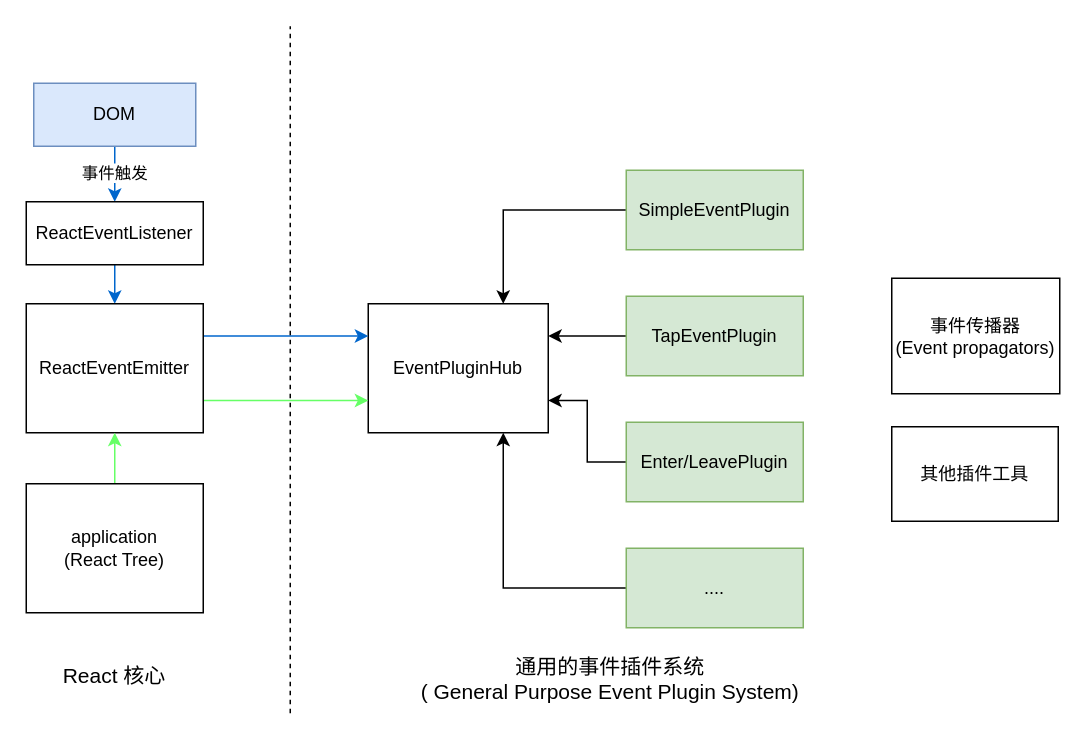
This is page "str" (1 of 3) of source/_drawio/react-event.drawio from ivan-94/bobi.ink, a draw.io file, before an edit. Source tidied: cells renumbered, new cells numbered last; positions are measured from the earlier drawing's top-left corner, leaving out a move shared by most shapes. Both pictures are drawn from the tidied source at 150%, with x=0, y=0 at pixel (26, 26).
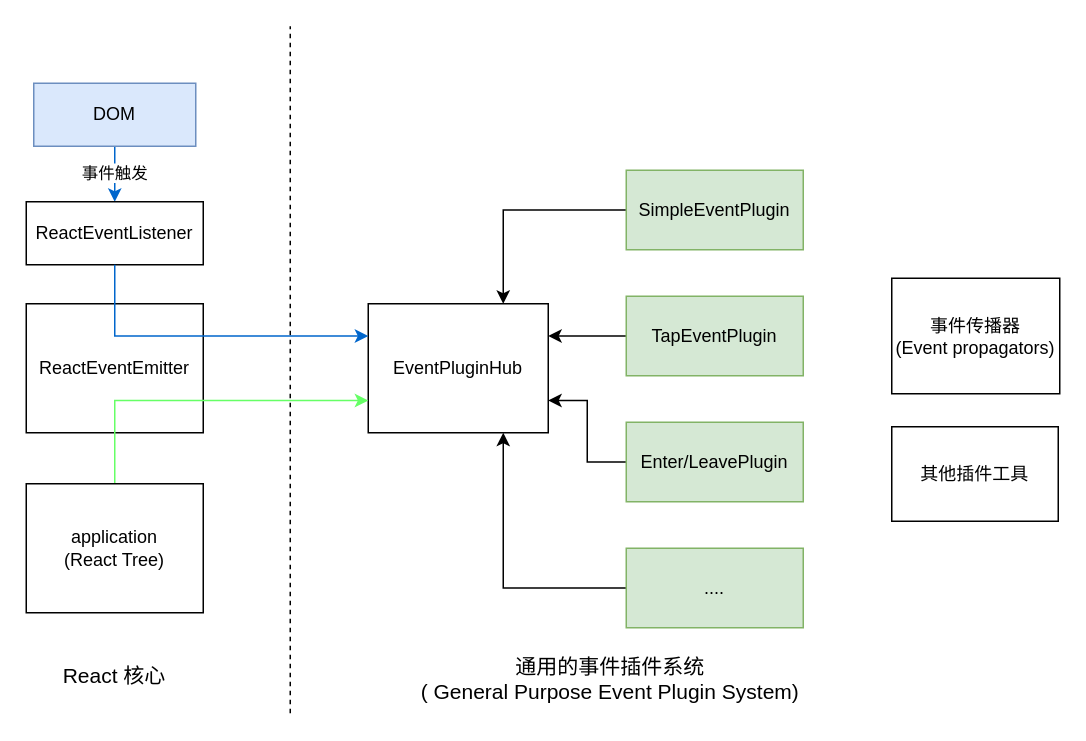
The same diagram, later.

Unchanged cells that the change refers to:
```xml
<mxCell id="2" value="EventPluginHub" style="rounded=0;whiteSpace=wrap;html=1;" parent="1" vertex="1">
  <mxGeometry x="228" y="185" width="120" height="86" as="geometry" />
</mxCell>
<mxCell id="14" value="ReactEventListener" style="rounded=0;whiteSpace=wrap;html=1;" parent="1" vertex="1">
  <mxGeometry y="117" width="118" height="42" as="geometry" />
</mxCell>
<mxCell id="17" value="ReactEventEmitter" style="rounded=0;whiteSpace=wrap;html=1;" parent="1" vertex="1">
  <mxGeometry y="185" width="118" height="86" as="geometry" />
</mxCell>
<mxCell id="19" value="application&lt;br&gt;(React Tree)" style="rounded=0;whiteSpace=wrap;html=1;" parent="1" vertex="1">
  <mxGeometry y="305" width="118" height="86" as="geometry" />
</mxCell>
```

The edit, as a diff of the source:
```diff
@@
-    <mxCell id="13" style="edgeStyle=orthogonalEdgeStyle;rounded=0;jettySize=auto;html=1;exitX=0.5;exitY=1;exitDx=0;exitDy=0;strokeColor=#0066CC;" parent="1" edge="1" source="14" target="17">
-      <mxGeometry relative="1" as="geometry" />
-    </mxCell>
@@
-    <mxCell id="15" style="edgeStyle=orthogonalEdgeStyle;rounded=0;jettySize=auto;html=1;exitX=1;exitY=0.75;exitDx=0;exitDy=0;entryX=0;entryY=0.75;entryDx=0;entryDy=0;strokeColor=#66FF66;" parent="1" edge="1" source="17" target="2">
-      <mxGeometry relative="1" as="geometry" />
-    </mxCell>
-    <mxCell id="16" style="edgeStyle=orthogonalEdgeStyle;rounded=0;jettySize=auto;html=1;exitX=1;exitY=0.25;exitDx=0;exitDy=0;entryX=0;entryY=0.25;entryDx=0;entryDy=0;strokeColor=#0066CC;" parent="1" edge="1" source="17" target="2">
-      <mxGeometry relative="1" as="geometry" />
-    </mxCell>
@@
-    <mxCell id="18" style="edgeStyle=orthogonalEdgeStyle;rounded=0;jettySize=auto;html=1;exitX=0.5;exitY=0;exitDx=0;exitDy=0;entryX=0.5;entryY=1;entryDx=0;entryDy=0;strokeColor=#66FF66;" parent="1" edge="1" source="19" target="17">
+    <mxCell id="18" style="edgeStyle=orthogonalEdgeStyle;rounded=0;jettySize=auto;html=1;exitX=0.5;exitY=0;exitDx=0;exitDy=0;entryX=0;entryY=0.75;entryDx=0;entryDy=0;strokeColor=#66FF66;" parent="1" edge="1" source="19" target="2">
       <mxGeometry relative="1" as="geometry" />
     </mxCell>
@@
+    <mxCell id="13" style="edgeStyle=orthogonalEdgeStyle;rounded=0;jettySize=auto;html=1;exitX=0.5;exitY=1;exitDx=0;exitDy=0;strokeColor=#0066CC;entryX=0;entryY=0.25;entryDx=0;entryDy=0;" parent="1" edge="1" source="14" target="2">
+      <mxGeometry relative="1" as="geometry" />
+    </mxCell>
```
